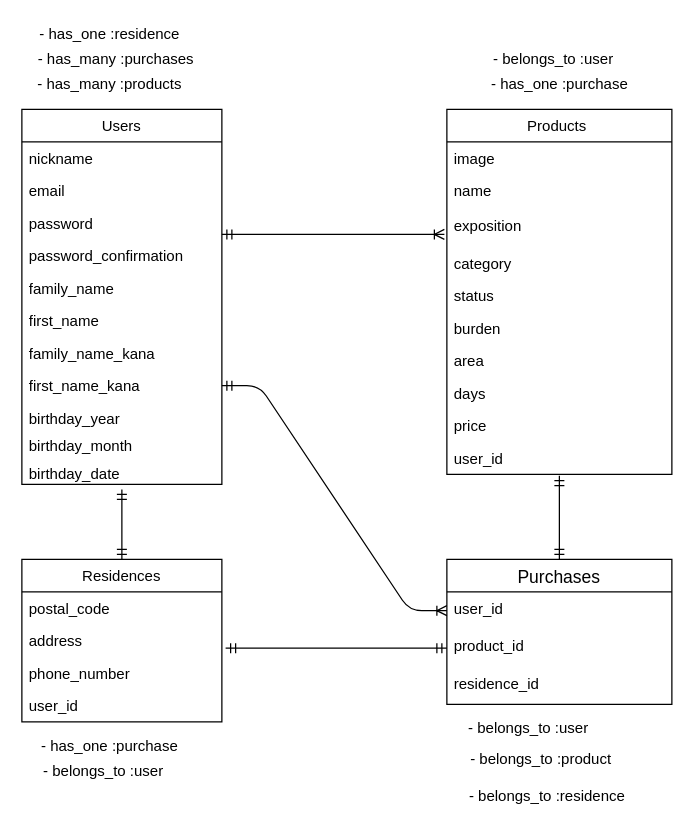
The draw.io diagram furima.dio in eightbite/furima-30667, before the edit. Source tidied: cells renumbered, new cells numbered last; positions are measured from the earlier drawing's top-left corner, leaving out a move shared by most shapes. Both pictures are drawn from the tidied source at 125%, with x=0, y=0 at pixel (21, 21).
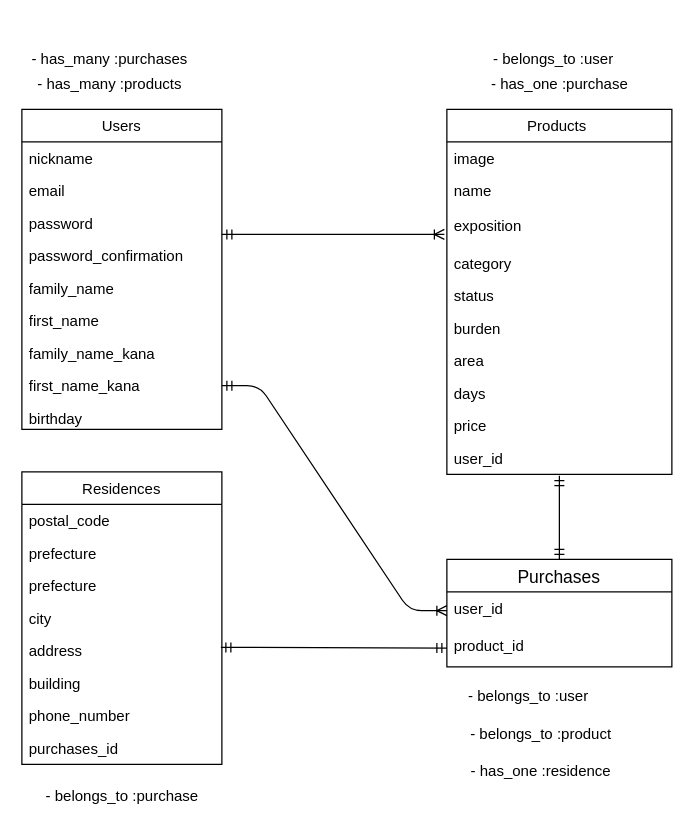
After the change.

Commit message (it also covers changes not shown here):
データベース設計(修正２)

What changed in the source:
```diff
@@
     <mxCell id="13" value="Users" style="swimlane;fontStyle=0;horizontal=1;startSize=26;fillColor=none;" parent="1" vertex="1">
-      <mxGeometry y="70" width="160" height="300" as="geometry" />
+      <mxGeometry y="70" width="160" height="256" as="geometry" />
     </mxCell>
@@
-    <mxCell id="22" value="birthday_year" style="text;strokeColor=none;fillColor=none;align=left;verticalAlign=top;spacingLeft=4;spacingRight=4;overflow=hidden;" parent="13" vertex="1">
+    <mxCell id="22" value="birthday" style="text;strokeColor=none;fillColor=none;align=left;verticalAlign=top;spacingLeft=4;spacingRight=4;overflow=hidden;" parent="13" vertex="1">
       <mxGeometry y="234" width="160" height="22" as="geometry" />
     </mxCell>
@@
-    <mxCell id="24" value="birthday_month" style="text;strokeColor=none;fillColor=none;align=left;verticalAlign=top;spacingLeft=4;spacingRight=4;overflow=hidden;" parent="13" vertex="1">
-      <mxGeometry y="256" width="160" height="22" as="geometry" />
-    </mxCell>
-    <mxCell id="25" value="birthday_date" style="text;strokeColor=none;fillColor=none;align=left;verticalAlign=top;spacingLeft=4;spacingRight=4;overflow=hidden;" parent="13" vertex="1">
-      <mxGeometry y="278" width="160" height="22" as="geometry" />
-    </mxCell>
-    <mxCell id="26" value="Residences" style="swimlane;fontStyle=0;horizontal=1;startSize=26;fillColor=none;" parent="1" vertex="1">
-      <mxGeometry y="430" width="160" height="130" as="geometry" />
-    </mxCell>
-    <mxCell id="27" value="postal_code" style="text;strokeColor=none;fillColor=none;align=left;verticalAlign=top;spacingLeft=4;spacingRight=4;overflow=hidden;" parent="26" vertex="1">
-      <mxGeometry y="26" width="160" height="26" as="geometry" />
-    </mxCell>
-    <mxCell id="28" value="address" style="text;strokeColor=none;fillColor=none;align=left;verticalAlign=top;spacingLeft=4;spacingRight=4;overflow=hidden;points=[[0,0.5],[1,0.5]];portConstraint=eastwest;" parent="26" vertex="1">
-      <mxGeometry y="52" width="160" height="26" as="geometry" />
-    </mxCell>
-    <mxCell id="29" value="phone_number" style="text;strokeColor=none;fillColor=none;align=left;verticalAlign=top;spacingLeft=4;spacingRight=4;overflow=hidden;" parent="26" vertex="1">
-      <mxGeometry y="78" width="160" height="26" as="geometry" />
-    </mxCell>
-    <mxCell id="30" value="user_id" style="text;strokeColor=none;fillColor=none;align=left;verticalAlign=top;spacingLeft=4;spacingRight=4;overflow=hidden;" parent="26" vertex="1">
-      <mxGeometry y="104" width="160" height="26" as="geometry" />
-    </mxCell>
     <mxCell id="31" value="Purchases" style="swimlane;fontStyle=0;horizontal=1;startSize=26;align=center;fontSize=14;" parent="1" vertex="1">
-      <mxGeometry x="340" y="430" width="180" height="116" as="geometry" />
+      <mxGeometry x="340" y="430" width="180" height="86" as="geometry" />
     </mxCell>
@@
-    <mxCell id="34" value="residence_id" style="text;strokeColor=none;fillColor=none;spacingLeft=4;spacingRight=4;overflow=hidden;fontSize=12;" parent="31" vertex="1">
-      <mxGeometry y="86" width="180" height="30" as="geometry" />
-    </mxCell>
-    <mxCell id="35" style="fontSize=12;html=1;endArrow=ERmandOne;startArrow=ERmandOne;" parent="1" edge="1">
-      <mxGeometry relative="1" as="geometry">
-        <mxPoint x="80" y="430" as="sourcePoint" />
-        <mxPoint x="80" y="374" as="targetPoint" />
-      </mxGeometry>
-    </mxCell>
-    <mxCell id="36" style="fontSize=12;html=1;endArrow=ERmandOne;startArrow=ERmandOne;" parent="1" edge="1">
+    <mxCell id="36" style="fontSize=12;html=1;endArrow=ERmandOne;startArrow=ERmandOne;exitX=0.995;exitY=0.4;exitDx=0;exitDy=0;exitPerimeter=0;" parent="1" edge="1" source="28">
       <mxGeometry relative="1" as="geometry">
-        <mxPoint x="163" y="501" as="sourcePoint" />
         <mxPoint x="340" y="501" as="targetPoint" />
       </mxGeometry>
     </mxCell>
@@
-    <mxCell id="40" value="- has_one :purchase" style="text;html=1;align=center;verticalAlign=middle;" parent="1" vertex="1">
-      <mxGeometry x="10" y="570" width="120" height="20" as="geometry" />
+    <mxCell id="40" value="- belongs_to :purchase" style="text;html=1;align=center;verticalAlign=middle;" parent="1" vertex="1">
+      <mxGeometry x="10" y="610" width="140" height="20" as="geometry" />
     </mxCell>
-    <mxCell id="41" value="- belongs_to :user" style="text;html=1;align=center;verticalAlign=middle;" parent="1" vertex="1">
-      <mxGeometry x="10" y="590" width="110" height="20" as="geometry" />
-    </mxCell>
     <mxCell id="42" value="- belongs_to :user" style="text;html=1;align=center;verticalAlign=middle;" parent="1" vertex="1">
-      <mxGeometry x="350" y="555" width="110" height="20" as="geometry" />
+      <mxGeometry x="350" y="530" width="110" height="20" as="geometry" />
     </mxCell>
     <mxCell id="43" value="- belongs_to :product" style="text;html=1;align=center;verticalAlign=middle;" parent="1" vertex="1">
-      <mxGeometry x="350" y="580" width="130" height="20" as="geometry" />
+      <mxGeometry x="350" y="560" width="130" height="20" as="geometry" />
     </mxCell>
-    <mxCell id="44" value="- belongs_to :residence&lt;br&gt;" style="text;html=1;align=center;verticalAlign=middle;" parent="1" vertex="1">
-      <mxGeometry x="350" y="610" width="140" height="20" as="geometry" />
+    <mxCell id="44" value="- has_one :residence" style="text;html=1;align=center;verticalAlign=middle;" parent="1" vertex="1">
+      <mxGeometry x="350" y="590" width="130" height="20" as="geometry" />
     </mxCell>
@@
     <mxCell id="48" value="- has_many :purchases" style="text;html=1;align=center;verticalAlign=middle;" parent="1" vertex="1">
-      <mxGeometry x="5" y="20" width="140" height="20" as="geometry" />
+      <mxGeometry y="20" width="140" height="20" as="geometry" />
     </mxCell>
-    <mxCell id="49" value="- has_one :residence" style="text;html=1;align=center;verticalAlign=middle;" parent="1" vertex="1">
-      <mxGeometry x="5" width="130" height="20" as="geometry" />
-    </mxCell>
+    <mxCell id="26" value="Residences" style="swimlane;fontStyle=0;horizontal=1;startSize=26;fillColor=none;" parent="1" vertex="1">
+      <mxGeometry y="360" width="160" height="234" as="geometry" />
+    </mxCell>
+    <mxCell id="27" value="postal_code" style="text;strokeColor=none;fillColor=none;align=left;verticalAlign=top;spacingLeft=4;spacingRight=4;overflow=hidden;" parent="26" vertex="1">
+      <mxGeometry y="26" width="160" height="26" as="geometry" />
+    </mxCell>
+    <mxCell id="50" value="prefecture" style="text;strokeColor=none;fillColor=none;align=left;verticalAlign=top;spacingLeft=4;spacingRight=4;overflow=hidden;" parent="26" vertex="1">
+      <mxGeometry y="52" width="160" height="26" as="geometry" />
+    </mxCell>
+    <mxCell id="51" value="prefecture" style="text;strokeColor=none;fillColor=none;align=left;verticalAlign=top;spacingLeft=4;spacingRight=4;overflow=hidden;" parent="26" vertex="1">
+      <mxGeometry y="78" width="160" height="26" as="geometry" />
+    </mxCell>
+    <mxCell id="52" value="city" style="text;strokeColor=none;fillColor=none;align=left;verticalAlign=top;spacingLeft=4;spacingRight=4;overflow=hidden;" parent="26" vertex="1">
+      <mxGeometry y="104" width="160" height="26" as="geometry" />
+    </mxCell>
+    <mxCell id="28" value="address" style="text;strokeColor=none;fillColor=none;align=left;verticalAlign=top;spacingLeft=4;spacingRight=4;overflow=hidden;points=[[0,0.5],[1,0.5]];portConstraint=eastwest;" parent="26" vertex="1">
+      <mxGeometry y="130" width="160" height="26" as="geometry" />
+    </mxCell>
+    <mxCell id="53" value="building" style="text;strokeColor=none;fillColor=none;align=left;verticalAlign=top;spacingLeft=4;spacingRight=4;overflow=hidden;" parent="26" vertex="1">
+      <mxGeometry y="156" width="160" height="26" as="geometry" />
+    </mxCell>
+    <mxCell id="29" value="phone_number" style="text;strokeColor=none;fillColor=none;align=left;verticalAlign=top;spacingLeft=4;spacingRight=4;overflow=hidden;" parent="26" vertex="1">
+      <mxGeometry y="182" width="160" height="26" as="geometry" />
+    </mxCell>
+    <mxCell id="54" value="purchases_id" style="text;strokeColor=none;fillColor=none;align=left;verticalAlign=top;spacingLeft=4;spacingRight=4;overflow=hidden;" parent="26" vertex="1">
+      <mxGeometry y="208" width="160" height="26" as="geometry" />
+    </mxCell>
```
